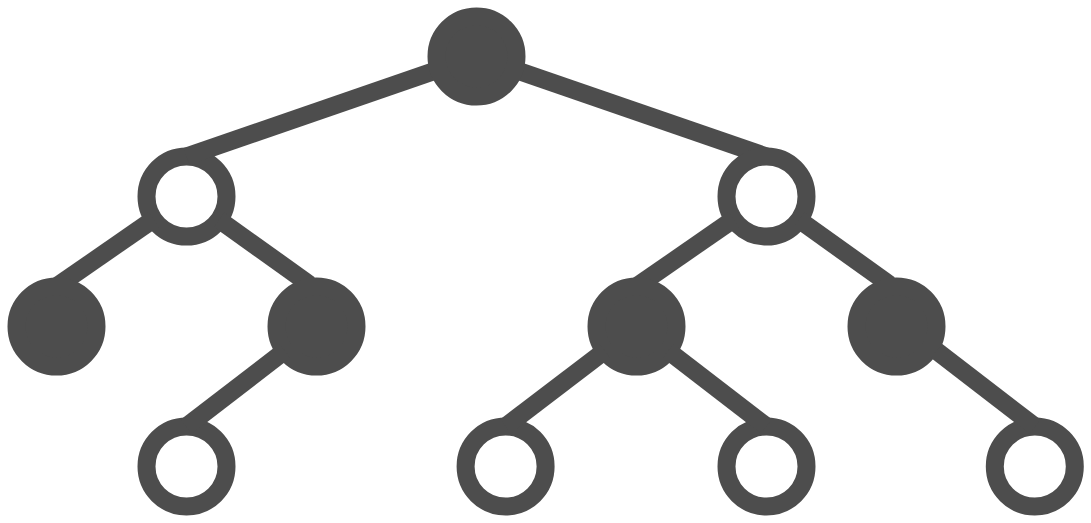
justinethier/keyva keeps this draw.io diagram as page "Binary Tree" (7 of 7) of docs/lsm.drawio. Above is the earlier version. Source tidied: cells renumbered, new cells numbered last; positions are measured from the earlier drawing's top-left corner, leaving out a move shared by most shapes. Both pictures are drawn from the tidied source at 100%, with x=0, y=0 at pixel (16, 16).
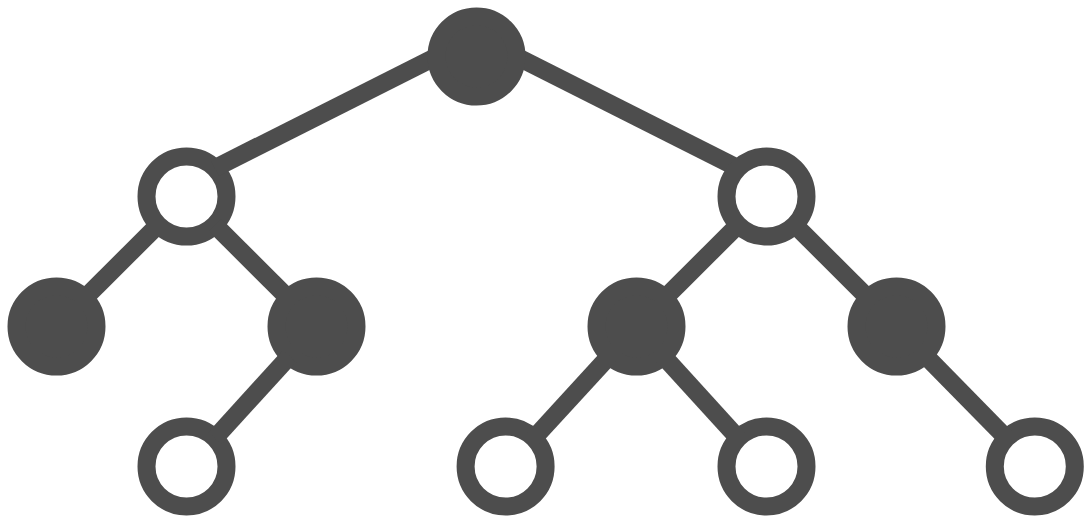
The same diagram, later.

Commit message (it also covers changes not shown here):
Rework diagram

Unchanged cells that the change refers to:
```xml
<mxCell id="2" style="ellipse;whiteSpace=wrap;html=1;strokeWidth=18;strokeColor=#4D4D4D;fillColor=#FFFFFF;" parent="1" vertex="1">
  <mxGeometry x="130" y="140" width="80" height="80" as="geometry" />
</mxCell>
<mxCell id="6" style="ellipse;whiteSpace=wrap;html=1;strokeWidth=18;strokeColor=#4D4D4D;fillColor=#4D4D4D;" parent="1" vertex="1">
  <mxGeometry x="260" y="270" width="80" height="80" as="geometry" />
</mxCell>
<mxCell id="8" style="ellipse;whiteSpace=wrap;html=1;strokeWidth=18;strokeColor=#4D4D4D;fillColor=#4D4D4D;" parent="1" vertex="1">
  <mxGeometry y="270" width="80" height="80" as="geometry" />
</mxCell>
<mxCell id="9" style="ellipse;whiteSpace=wrap;html=1;strokeWidth=18;strokeColor=#4D4D4D;fillColor=#4D4D4D;" parent="1" vertex="1">
  <mxGeometry x="420" width="80" height="80" as="geometry" />
</mxCell>
<mxCell id="10" style="ellipse;whiteSpace=wrap;html=1;strokeWidth=18;strokeColor=#4D4D4D;fillColor=#FFFFFF;" parent="1" vertex="1">
  <mxGeometry x="710" y="140" width="80" height="80" as="geometry" />
</mxCell>
<mxCell id="12" style="ellipse;whiteSpace=wrap;html=1;strokeWidth=18;strokeColor=#4D4D4D;fillColor=#4D4D4D;" parent="1" vertex="1">
  <mxGeometry x="840" y="270" width="80" height="80" as="geometry" />
</mxCell>
<mxCell id="14" style="ellipse;whiteSpace=wrap;html=1;strokeWidth=18;strokeColor=#4D4D4D;fillColor=#4D4D4D;" parent="1" vertex="1">
  <mxGeometry x="580" y="270" width="80" height="80" as="geometry" />
</mxCell>
<mxCell id="15" style="ellipse;whiteSpace=wrap;html=1;strokeWidth=18;strokeColor=#4D4D4D;fillColor=#FFFFFF;" parent="1" vertex="1">
  <mxGeometry x="130" y="410" width="80" height="80" as="geometry" />
</mxCell>
<mxCell id="17" style="ellipse;whiteSpace=wrap;html=1;strokeWidth=18;strokeColor=#4D4D4D;fillColor=#FFFFFF;" parent="1" vertex="1">
  <mxGeometry x="710" y="410" width="80" height="80" as="geometry" />
</mxCell>
<mxCell id="19" style="ellipse;whiteSpace=wrap;html=1;strokeWidth=18;strokeColor=#4D4D4D;fillColor=#FFFFFF;" parent="1" vertex="1">
  <mxGeometry x="449.1" y="410" width="80" height="80" as="geometry" />
</mxCell>
<mxCell id="21" style="ellipse;whiteSpace=wrap;html=1;strokeWidth=18;strokeColor=#4D4D4D;fillColor=#FFFFFF;" parent="1" vertex="1">
  <mxGeometry x="978.3" y="410" width="80" height="80" as="geometry" />
</mxCell>
```

What changed in the source:
```diff
@@
-    <mxCell id="3" style="endArrow=none;html=1;rounded=0;strokeWidth=18;strokeColor=#4d4d4d;entryX=0.413;entryY=-0.025;entryDx=0;entryDy=0;entryPerimeter=0;" parent="1" edge="1" source="2" target="6">
+    <mxCell id="3" style="endArrow=none;html=1;rounded=0;strokeWidth=18;strokeColor=#4d4d4d;entryX=0;entryY=0;entryDx=0;entryDy=0;" parent="1" edge="1" source="2" target="6">
       <mxGeometry relative="1" as="geometry" />
     </mxCell>
-    <mxCell id="4" style="endArrow=none;html=1;rounded=0;strokeWidth=18;strokeColor=#4d4d4d;exitX=0.5;exitY=0;exitDx=0;exitDy=0;" parent="1" edge="1" source="2" target="9">
+    <mxCell id="4" style="endArrow=none;html=1;rounded=0;strokeWidth=18;strokeColor=#4d4d4d;exitX=1;exitY=0;exitDx=0;exitDy=0;entryX=0;entryY=0.5;entryDx=0;entryDy=0;" parent="1" edge="1" source="2" target="9">
       <mxGeometry relative="1" as="geometry" />
     </mxCell>
-    <mxCell id="5" style="endArrow=none;html=1;rounded=0;strokeWidth=18;strokeColor=#4d4d4d;exitX=0.5;exitY=0;exitDx=0;exitDy=0;" parent="1" edge="1" source="10" target="9">
+    <mxCell id="5" style="endArrow=none;html=1;rounded=0;strokeWidth=18;strokeColor=#4d4d4d;exitX=0;exitY=0;exitDx=0;exitDy=0;entryX=1;entryY=0.5;entryDx=0;entryDy=0;" parent="1" edge="1" source="10" target="9">
       <mxGeometry relative="1" as="geometry" />
     </mxCell>
@@
-    <mxCell id="7" style="endArrow=none;html=1;rounded=0;strokeWidth=18;strokeColor=#4d4d4d;exitX=0.5;exitY=0;exitDx=0;exitDy=0;" parent="1" edge="1" source="8" target="2">
+    <mxCell id="7" style="endArrow=none;html=1;rounded=0;strokeWidth=18;strokeColor=#4d4d4d;exitX=1;exitY=0;exitDx=0;exitDy=0;" parent="1" edge="1" source="8" target="2">
       <mxGeometry relative="1" as="geometry" />
     </mxCell>
@@
-    <mxCell id="11" style="endArrow=none;html=1;rounded=0;strokeWidth=18;strokeColor=#4d4d4d;entryX=0.413;entryY=-0.025;entryDx=0;entryDy=0;entryPerimeter=0;" parent="1" edge="1" source="10" target="12">
+    <mxCell id="11" style="endArrow=none;html=1;rounded=0;strokeWidth=18;strokeColor=#4d4d4d;entryX=0;entryY=0;entryDx=0;entryDy=0;" parent="1" edge="1" source="10" target="12">
       <mxGeometry relative="1" as="geometry" />
     </mxCell>
@@
-    <mxCell id="13" style="endArrow=none;html=1;rounded=0;strokeWidth=18;strokeColor=#4d4d4d;exitX=0.5;exitY=0;exitDx=0;exitDy=0;" parent="1" edge="1" source="14" target="10">
+    <mxCell id="13" style="endArrow=none;html=1;rounded=0;strokeWidth=18;strokeColor=#4d4d4d;exitX=1;exitY=0;exitDx=0;exitDy=0;" parent="1" edge="1" source="14" target="10">
       <mxGeometry relative="1" as="geometry" />
     </mxCell>
@@
-    <mxCell id="16" style="endArrow=none;html=1;rounded=0;strokeWidth=18;strokeColor=#4d4d4d;entryX=0.5;entryY=0;entryDx=0;entryDy=0;" parent="1" edge="1" source="6" target="15">
+    <mxCell id="16" style="endArrow=none;html=1;rounded=0;strokeWidth=18;strokeColor=#4d4d4d;entryX=1;entryY=0;entryDx=0;entryDy=0;" parent="1" edge="1" source="6" target="15">
       <mxGeometry relative="1" as="geometry" />
     </mxCell>
@@
-    <mxCell id="18" style="endArrow=none;html=1;rounded=0;strokeWidth=18;strokeColor=#4d4d4d;entryX=0.5;entryY=0;entryDx=0;entryDy=0;" parent="1" edge="1" source="14" target="17">
+    <mxCell id="18" style="endArrow=none;html=1;rounded=0;strokeWidth=18;strokeColor=#4d4d4d;entryX=0;entryY=0;entryDx=0;entryDy=0;" parent="1" edge="1" source="14" target="17">
       <mxGeometry relative="1" as="geometry" />
     </mxCell>
@@
-    <mxCell id="20" style="endArrow=none;html=1;rounded=0;strokeWidth=18;strokeColor=#4d4d4d;entryX=0.5;entryY=0;entryDx=0;entryDy=0;" parent="1" edge="1" source="14" target="19">
+    <mxCell id="20" style="endArrow=none;html=1;rounded=0;strokeWidth=18;strokeColor=#4d4d4d;entryX=1;entryY=0;entryDx=0;entryDy=0;" parent="1" edge="1" source="14" target="19">
       <mxGeometry relative="1" as="geometry" />
     </mxCell>
@@
-    <mxCell id="22" style="endArrow=none;html=1;rounded=0;strokeWidth=18;strokeColor=#4d4d4d;entryX=0.5;entryY=0;entryDx=0;entryDy=0;" parent="1" edge="1" target="21">
-      <mxGeometry relative="1" as="geometry">
-        <mxPoint x="920" y="334.4" as="sourcePoint" />
-      </mxGeometry>
+    <mxCell id="22" style="endArrow=none;html=1;rounded=0;strokeWidth=18;strokeColor=#4d4d4d;entryX=0;entryY=0;entryDx=0;entryDy=0;" parent="1" edge="1" source="12" target="21">
+      <mxGeometry relative="1" as="geometry" />
     </mxCell>
```
